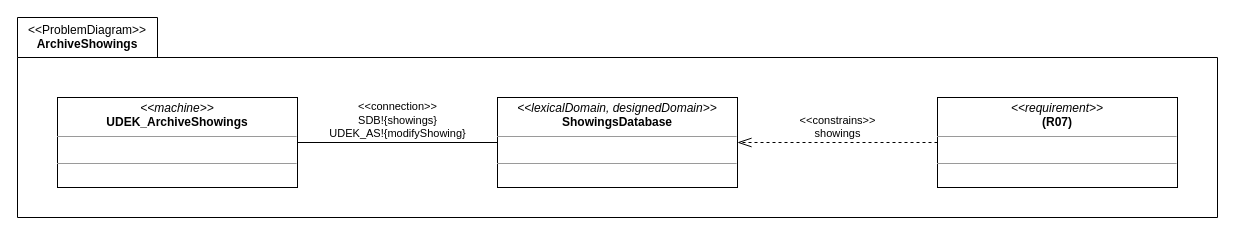
The draw.io diagram page "PD" (1 of 2) of a04_problem_diagram_4.drawio in melvdlin/swtlab, before the edit. Source tidied: cells renumbered, new cells numbered last; positions are measured from the earlier drawing's top-left corner, leaving out a move shared by most shapes. Both pictures are drawn from the tidied source at 100%, with x=0, y=0 at pixel (17, 17).
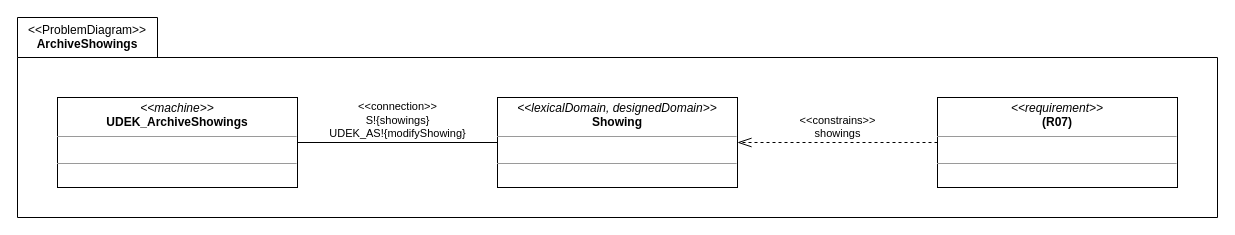
The same page after the edit.

The edit, as a diff of the source:
```diff
@@
 <mxGraphModel>
   <root>
     <mxCell id="0" />
     <mxCell id="1" parent="0" />
     <mxCell id="2" value="&lt;div&gt;&lt;span style=&quot;font-weight: 400&quot;&gt;&amp;lt;&amp;lt;ProblemDiagram&amp;gt;&amp;gt;&lt;/span&gt;&lt;/div&gt;&lt;div style=&quot;text-align: center&quot;&gt;&lt;span&gt;ArchiveShowings&lt;/span&gt;&lt;/div&gt;" style="shape=folder;fontStyle=1;spacingTop=1;tabWidth=140;tabHeight=40;tabPosition=left;html=1;rounded=0;shadow=0;glass=0;comic=0;sketch=0;gradientColor=none;labelPosition=center;verticalLabelPosition=middle;align=left;verticalAlign=top;spacing=0;spacingLeft=11;fillColor=default;" parent="1" vertex="1">
       <mxGeometry width="1200" height="200" as="geometry" />
     </mxCell>
     <mxCell id="3" style="group;" parent="2" vertex="1">
       <mxGeometry x="40" y="80" width="1120" height="90" as="geometry" />
     </mxCell>
     <mxCell id="4" value="&lt;p style=&quot;margin: 0px ; margin-top: 4px ; text-align: center&quot;&gt;&lt;i&gt;&amp;lt;&amp;lt;machine&amp;gt;&amp;gt;&lt;/i&gt;&lt;br&gt;&lt;b&gt;UDEK_ArchiveShowings&lt;/b&gt;&lt;/p&gt;&lt;hr size=&quot;1&quot;&gt;&lt;p style=&quot;margin: 0px ; margin-left: 4px&quot;&gt;&lt;br&gt;&lt;/p&gt;&lt;hr size=&quot;1&quot;&gt;&lt;p style=&quot;margin: 0px ; margin-left: 4px&quot;&gt;&lt;br&gt;&lt;/p&gt;" style="verticalAlign=top;align=left;overflow=fill;fontSize=12;fontFamily=Helvetica;html=1;rounded=0;shadow=0;glass=0;comic=0;sketch=0;fontColor=default;gradientColor=none;" parent="3" vertex="1">
       <mxGeometry width="240" height="90" as="geometry" />
     </mxCell>
-    <mxCell id="5" value="&lt;p style=&quot;margin: 0px ; margin-top: 4px ; text-align: center&quot;&gt;&lt;i&gt;&amp;lt;&amp;lt;lexicalDomain, designedDomain&amp;gt;&amp;gt;&lt;/i&gt;&lt;br&gt;&lt;b&gt;ShowingsDatabase&lt;/b&gt;&lt;/p&gt;&lt;hr size=&quot;1&quot;&gt;&lt;p style=&quot;margin: 0px ; margin-left: 4px&quot;&gt;&lt;br&gt;&lt;/p&gt;&lt;hr size=&quot;1&quot;&gt;&lt;p style=&quot;margin: 0px ; margin-left: 4px&quot;&gt;&lt;br&gt;&lt;/p&gt;" style="verticalAlign=top;align=left;overflow=fill;fontSize=12;fontFamily=Helvetica;html=1;rounded=0;shadow=0;glass=0;comic=0;sketch=0;fontColor=default;gradientColor=none;strokeWidth=1;" parent="3" vertex="1">
+    <mxCell id="5" value="&lt;p style=&quot;margin: 0px ; margin-top: 4px ; text-align: center&quot;&gt;&lt;i&gt;&amp;lt;&amp;lt;lexicalDomain, designedDomain&amp;gt;&amp;gt;&lt;/i&gt;&lt;br&gt;&lt;b&gt;Showing&lt;/b&gt;&lt;/p&gt;&lt;hr size=&quot;1&quot;&gt;&lt;p style=&quot;margin: 0px ; margin-left: 4px&quot;&gt;&lt;br&gt;&lt;/p&gt;&lt;hr size=&quot;1&quot;&gt;&lt;p style=&quot;margin: 0px ; margin-left: 4px&quot;&gt;&lt;br&gt;&lt;/p&gt;" style="verticalAlign=top;align=left;overflow=fill;fontSize=12;fontFamily=Helvetica;html=1;rounded=0;shadow=0;glass=0;comic=0;sketch=0;fontColor=default;gradientColor=none;strokeWidth=1;" parent="3" vertex="1">
       <mxGeometry x="440" width="240" height="90" as="geometry" />
     </mxCell>
-    <mxCell id="6" value="&amp;lt;&amp;lt;connection&amp;gt;&amp;gt;&lt;br&gt;SDB!{showings}&lt;br&gt;UDEK_AS!{modifyShowing}" style="rounded=0;jettySize=auto;html=1;endArrow=none;endFill=0;verticalAlign=bottom;" parent="3" edge="1" source="4" target="5">
+    <mxCell id="6" value="&amp;lt;&amp;lt;connection&amp;gt;&amp;gt;&lt;br&gt;S!{showings}&lt;br&gt;UDEK_AS!{modifyShowing}" style="rounded=0;jettySize=auto;html=1;endArrow=none;endFill=0;verticalAlign=bottom;" parent="3" edge="1" source="4" target="5">
       <mxGeometry relative="1" as="geometry" />
     </mxCell>
     <mxCell id="7" value="&amp;lt;&amp;lt;constrains&amp;gt;&amp;gt;&lt;br&gt;showings" style="rounded=0;jettySize=auto;html=1;endArrow=openThin;endFill=0;dashed=1;endSize=12;startSize=12;verticalAlign=bottom;" parent="3" edge="1" source="8" target="5">
       <mxGeometry relative="1" as="geometry" />
     </mxCell>
     <mxCell id="8" value="&lt;p style=&quot;margin: 0px ; margin-top: 4px ; text-align: center&quot;&gt;&lt;i&gt;&amp;lt;&amp;lt;requirement&amp;gt;&amp;gt;&lt;/i&gt;&lt;br&gt;&lt;b&gt;(R07)&lt;/b&gt;&lt;/p&gt;&lt;hr size=&quot;1&quot;&gt;&lt;p style=&quot;margin: 0px ; margin-left: 4px&quot;&gt;&lt;br&gt;&lt;/p&gt;&lt;hr size=&quot;1&quot;&gt;&lt;p style=&quot;margin: 0px ; margin-left: 4px&quot;&gt;&lt;br&gt;&lt;/p&gt;" style="verticalAlign=top;align=left;overflow=fill;fontSize=12;fontFamily=Helvetica;html=1;rounded=0;shadow=0;glass=0;comic=0;sketch=0;fontColor=default;gradientColor=none;" parent="3" vertex="1">
       <mxGeometry x="880" width="240" height="90" as="geometry" />
     </mxCell>
   </root>
 </mxGraphModel>
```
